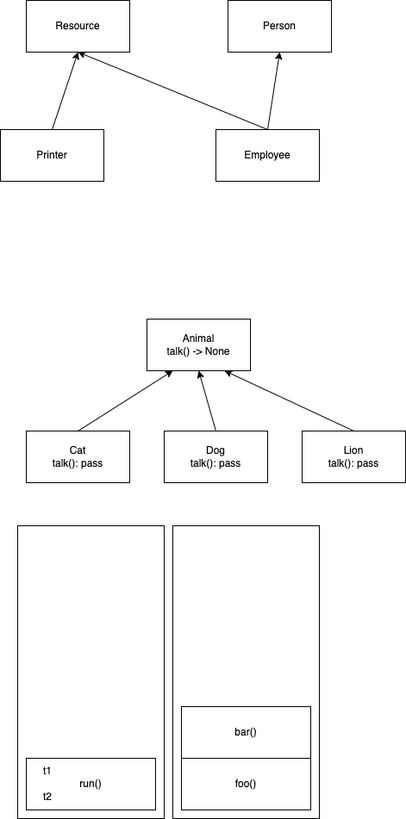
vinod-kayartaya/TARGET-PYTHON-JAN-2024 keeps this draw.io diagram as concepts.dio.png. Above is the earlier version. Source tidied: cells renumbered, new cells last; positions are measured from the earlier drawing's top-left corner, leaving out a move shared by most shapes.
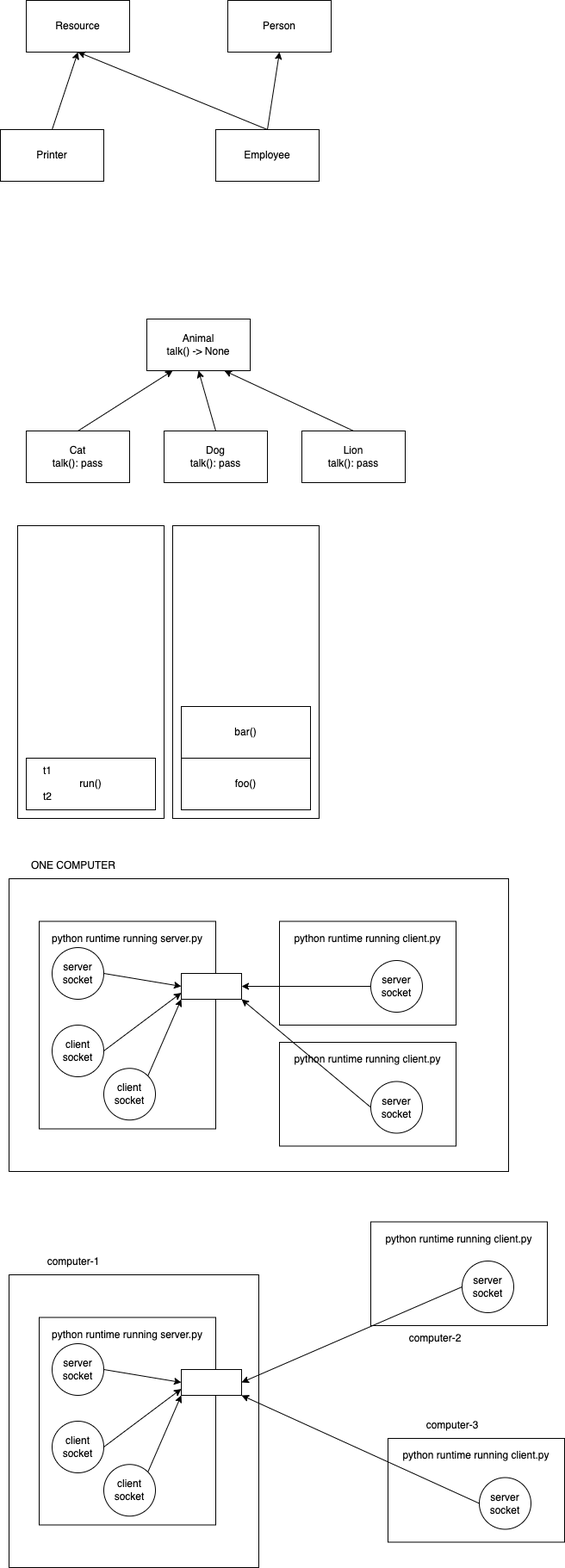
The same file after the commit.

Diff of the diagram source:
```diff
@@ -67,5 +67,125 @@
     <mxCell id="22" value="bar()" style="rounded=0;whiteSpace=wrap;html=1;" parent="1" vertex="1">
       <mxGeometry x="210" y="820" width="150" height="60" as="geometry" />
     </mxCell>
+    <mxCell id="23" style="rounded=0;whiteSpace=wrap;html=1;" parent="1" vertex="1">
+      <mxGeometry x="10" y="1020" width="580" height="340" as="geometry" />
+    </mxCell>
+    <mxCell id="24" value="ONE COMPUTER" style="text;html=1;strokeColor=none;fillColor=none;align=center;verticalAlign=middle;whiteSpace=wrap;rounded=0;" parent="1" vertex="1">
+      <mxGeometry x="10" y="990" width="150" height="30" as="geometry" />
+    </mxCell>
+    <mxCell id="25" style="rounded=0;whiteSpace=wrap;html=1;" parent="1" vertex="1">
+      <mxGeometry x="45" y="1069.5" width="205" height="241" as="geometry" />
+    </mxCell>
+    <mxCell id="26" value="python runtime running server.py" style="text;html=1;strokeColor=none;fillColor=none;align=center;verticalAlign=middle;whiteSpace=wrap;rounded=0;" parent="1" vertex="1">
+      <mxGeometry x="45" y="1079" width="205" height="21" as="geometry" />
+    </mxCell>
+    <mxCell id="27" style="rounded=0;whiteSpace=wrap;html=1;" parent="1" vertex="1">
+      <mxGeometry x="324" y="1069.5" width="205" height="120.5" as="geometry" />
+    </mxCell>
+    <mxCell id="28" value="python runtime running client.py" style="text;html=1;strokeColor=none;fillColor=none;align=center;verticalAlign=middle;whiteSpace=wrap;rounded=0;" parent="1" vertex="1">
+      <mxGeometry x="324" y="1079" width="205" height="21" as="geometry" />
+    </mxCell>
+    <mxCell id="29" style="rounded=0;whiteSpace=wrap;html=1;" parent="1" vertex="1">
+      <mxGeometry x="210" y="1130" width="70" height="30" as="geometry" />
+    </mxCell>
+    <mxCell id="30" style="edgeStyle=none;html=1;exitX=1;exitY=0.5;exitDx=0;exitDy=0;entryX=0;entryY=0.5;entryDx=0;entryDy=0;" parent="1" edge="1" source="31" target="29">
+      <mxGeometry relative="1" as="geometry" />
+    </mxCell>
+    <mxCell id="31" value="server&lt;br&gt;socket" style="ellipse;whiteSpace=wrap;html=1;" parent="1" vertex="1">
+      <mxGeometry x="60" y="1100" width="60" height="60" as="geometry" />
+    </mxCell>
+    <mxCell id="32" style="edgeStyle=none;html=1;exitX=0;exitY=0.5;exitDx=0;exitDy=0;entryX=1;entryY=0.5;entryDx=0;entryDy=0;" parent="1" edge="1" source="33" target="29">
+      <mxGeometry relative="1" as="geometry" />
+    </mxCell>
+    <mxCell id="33" value="server&lt;br&gt;socket" style="ellipse;whiteSpace=wrap;html=1;" parent="1" vertex="1">
+      <mxGeometry x="430" y="1115" width="60" height="60" as="geometry" />
+    </mxCell>
+    <mxCell id="34" style="rounded=0;whiteSpace=wrap;html=1;" parent="1" vertex="1">
+      <mxGeometry x="324" y="1210" width="205" height="120.5" as="geometry" />
+    </mxCell>
+    <mxCell id="35" style="edgeStyle=none;html=1;exitX=0;exitY=0.5;exitDx=0;exitDy=0;entryX=1;entryY=1;entryDx=0;entryDy=0;" parent="1" edge="1" source="36" target="29">
+      <mxGeometry relative="1" as="geometry" />
+    </mxCell>
+    <mxCell id="36" value="server&lt;br&gt;socket" style="ellipse;whiteSpace=wrap;html=1;" parent="1" vertex="1">
+      <mxGeometry x="430" y="1255.5" width="60" height="60" as="geometry" />
+    </mxCell>
+    <mxCell id="37" value="python runtime running client.py" style="text;html=1;strokeColor=none;fillColor=none;align=center;verticalAlign=middle;whiteSpace=wrap;rounded=0;" parent="1" vertex="1">
+      <mxGeometry x="324" y="1219.5" width="205" height="21" as="geometry" />
+    </mxCell>
+    <mxCell id="38" style="edgeStyle=none;html=1;exitX=1;exitY=0.5;exitDx=0;exitDy=0;entryX=0;entryY=0.75;entryDx=0;entryDy=0;" parent="1" edge="1" source="39" target="29">
+      <mxGeometry relative="1" as="geometry" />
+    </mxCell>
+    <mxCell id="39" value="client&lt;br&gt;socket" style="ellipse;whiteSpace=wrap;html=1;" parent="1" vertex="1">
+      <mxGeometry x="60" y="1190" width="60" height="60" as="geometry" />
+    </mxCell>
+    <mxCell id="40" style="edgeStyle=none;html=1;exitX=1;exitY=0;exitDx=0;exitDy=0;entryX=0;entryY=1;entryDx=0;entryDy=0;" parent="1" edge="1" source="41" target="29">
+      <mxGeometry relative="1" as="geometry" />
+    </mxCell>
+    <mxCell id="41" value="client&lt;br&gt;socket" style="ellipse;whiteSpace=wrap;html=1;" parent="1" vertex="1">
+      <mxGeometry x="120" y="1240.2" width="60" height="60" as="geometry" />
+    </mxCell>
+    <mxCell id="42" style="rounded=0;whiteSpace=wrap;html=1;" parent="1" vertex="1">
+      <mxGeometry x="10" y="1480" width="290" height="340" as="geometry" />
+    </mxCell>
+    <mxCell id="43" value="computer-1" style="text;html=1;strokeColor=none;fillColor=none;align=center;verticalAlign=middle;whiteSpace=wrap;rounded=0;" parent="1" vertex="1">
+      <mxGeometry x="10" y="1450" width="150" height="30" as="geometry" />
+    </mxCell>
+    <mxCell id="44" style="rounded=0;whiteSpace=wrap;html=1;" parent="1" vertex="1">
+      <mxGeometry x="45" y="1529.5" width="205" height="241" as="geometry" />
+    </mxCell>
+    <mxCell id="45" value="python runtime running server.py" style="text;html=1;strokeColor=none;fillColor=none;align=center;verticalAlign=middle;whiteSpace=wrap;rounded=0;" parent="1" vertex="1">
+      <mxGeometry x="45" y="1539" width="205" height="21" as="geometry" />
+    </mxCell>
+    <mxCell id="46" style="rounded=0;whiteSpace=wrap;html=1;" parent="1" vertex="1">
+      <mxGeometry x="430" y="1418.5" width="205" height="120.5" as="geometry" />
+    </mxCell>
+    <mxCell id="47" value="python runtime running client.py" style="text;html=1;strokeColor=none;fillColor=none;align=center;verticalAlign=middle;whiteSpace=wrap;rounded=0;" parent="1" vertex="1">
+      <mxGeometry x="430" y="1428" width="205" height="21" as="geometry" />
+    </mxCell>
+    <mxCell id="48" style="rounded=0;whiteSpace=wrap;html=1;" parent="1" vertex="1">
+      <mxGeometry x="210" y="1590" width="70" height="30" as="geometry" />
+    </mxCell>
+    <mxCell id="49" style="edgeStyle=none;html=1;exitX=1;exitY=0.5;exitDx=0;exitDy=0;entryX=0;entryY=0.5;entryDx=0;entryDy=0;" parent="1" edge="1" source="50" target="48">
+      <mxGeometry relative="1" as="geometry" />
+    </mxCell>
+    <mxCell id="50" value="server&lt;br&gt;socket" style="ellipse;whiteSpace=wrap;html=1;" parent="1" vertex="1">
+      <mxGeometry x="60" y="1560" width="60" height="60" as="geometry" />
+    </mxCell>
+    <mxCell id="51" style="edgeStyle=none;html=1;exitX=0;exitY=0.5;exitDx=0;exitDy=0;entryX=1;entryY=0.5;entryDx=0;entryDy=0;" parent="1" edge="1" source="52" target="48">
+      <mxGeometry relative="1" as="geometry" />
+    </mxCell>
+    <mxCell id="52" value="server&lt;br&gt;socket" style="ellipse;whiteSpace=wrap;html=1;" parent="1" vertex="1">
+      <mxGeometry x="536" y="1464" width="60" height="60" as="geometry" />
+    </mxCell>
+    <mxCell id="53" style="rounded=0;whiteSpace=wrap;html=1;" parent="1" vertex="1">
+      <mxGeometry x="450" y="1670" width="205" height="120.5" as="geometry" />
+    </mxCell>
+    <mxCell id="54" style="edgeStyle=none;html=1;exitX=0;exitY=0.5;exitDx=0;exitDy=0;entryX=1;entryY=1;entryDx=0;entryDy=0;" parent="1" edge="1" source="55" target="48">
+      <mxGeometry relative="1" as="geometry" />
+    </mxCell>
+    <mxCell id="55" value="server&lt;br&gt;socket" style="ellipse;whiteSpace=wrap;html=1;" parent="1" vertex="1">
+      <mxGeometry x="556" y="1715.5" width="60" height="60" as="geometry" />
+    </mxCell>
+    <mxCell id="56" value="python runtime running client.py" style="text;html=1;strokeColor=none;fillColor=none;align=center;verticalAlign=middle;whiteSpace=wrap;rounded=0;" parent="1" vertex="1">
+      <mxGeometry x="450" y="1679.5" width="205" height="21" as="geometry" />
+    </mxCell>
+    <mxCell id="57" style="edgeStyle=none;html=1;exitX=1;exitY=0.5;exitDx=0;exitDy=0;entryX=0;entryY=0.75;entryDx=0;entryDy=0;" parent="1" edge="1" source="58" target="48">
+      <mxGeometry relative="1" as="geometry" />
+    </mxCell>
+    <mxCell id="58" value="client&lt;br&gt;socket" style="ellipse;whiteSpace=wrap;html=1;" parent="1" vertex="1">
+      <mxGeometry x="60" y="1650" width="60" height="60" as="geometry" />
+    </mxCell>
+    <mxCell id="59" style="edgeStyle=none;html=1;exitX=1;exitY=0;exitDx=0;exitDy=0;entryX=0;entryY=1;entryDx=0;entryDy=0;" parent="1" edge="1" source="60" target="48">
+      <mxGeometry relative="1" as="geometry" />
+    </mxCell>
+    <mxCell id="60" value="client&lt;br&gt;socket" style="ellipse;whiteSpace=wrap;html=1;" parent="1" vertex="1">
+      <mxGeometry x="120" y="1700.2" width="60" height="60" as="geometry" />
+    </mxCell>
+    <mxCell id="61" value="computer-2" style="text;html=1;strokeColor=none;fillColor=none;align=center;verticalAlign=middle;whiteSpace=wrap;rounded=0;" parent="1" vertex="1">
+      <mxGeometry x="430" y="1539" width="150" height="30" as="geometry" />
+    </mxCell>
+    <mxCell id="62" value="computer-3" style="text;html=1;strokeColor=none;fillColor=none;align=center;verticalAlign=middle;whiteSpace=wrap;rounded=0;" parent="1" vertex="1">
+      <mxGeometry x="450" y="1640" width="150" height="30" as="geometry" />
+    </mxCell>
   </root>
 </mxGraphModel>
```
